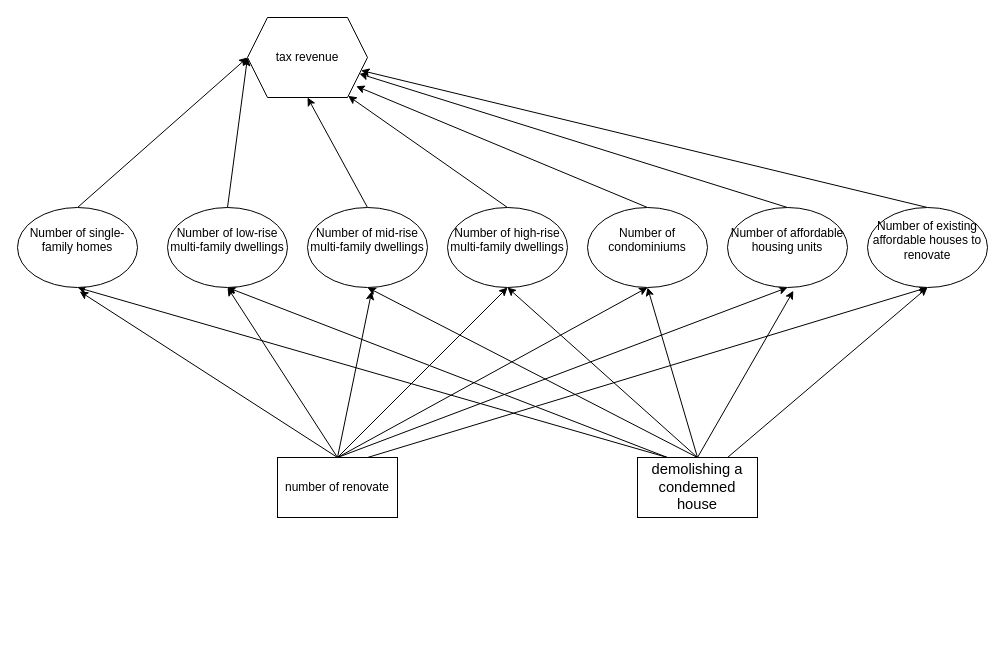
Before: influence chart.drawio in CaptainCCCP/Draw-io-cloud, a draw.io diagram. Source tidied: cells renumbered, new cells numbered last; positions are measured from the earlier drawing's top-left corner, leaving out a move shared by most shapes. Both pictures are drawn from the tidied source at 100%, with x=0, y=0 at pixel (17, 17).
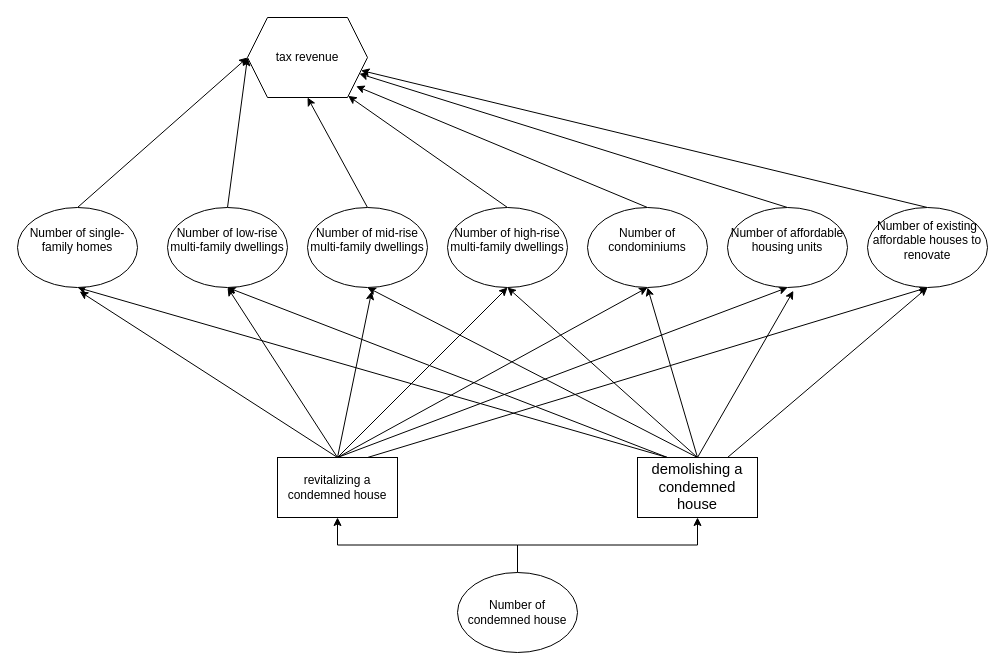
The same page after the edit.

The change refers to these unchanged cells:
```xml
<mxCell id="14" value="&lt;div&gt;&lt;span style=&quot;font-size: 11.04pt; font-family: &amp;quot;Arial Nova Light&amp;quot;;&quot;&gt;demolishing a condemned house&lt;/span&gt;&lt;/div&gt;" style="rounded=0;whiteSpace=wrap;html=1;" parent="1" vertex="1">
  <mxGeometry x="620" y="440" width="120" height="60" as="geometry" />
</mxCell>
```

The edit, as a diff of the source:
```diff
@@
-    <mxCell id="7" value="number of renovate" style="rounded=0;whiteSpace=wrap;html=1;" parent="1" vertex="1">
+    <mxCell id="7" value="revitalizing a condemned house" style="rounded=0;whiteSpace=wrap;html=1;" parent="1" vertex="1">
       <mxGeometry x="260" y="440" width="120" height="60" as="geometry" />
     </mxCell>
@@
+    <mxCell id="33" style="edgeStyle=orthogonalEdgeStyle;rounded=0;jettySize=auto;html=1;exitX=0.5;exitY=0;exitDx=0;exitDy=0;entryX=0.5;entryY=1;entryDx=0;entryDy=0;" parent="1" edge="1" source="35" target="14">
+      <mxGeometry relative="1" as="geometry" />
+    </mxCell>
+    <mxCell id="34" style="edgeStyle=orthogonalEdgeStyle;rounded=0;jettySize=auto;html=1;exitX=0.5;exitY=0;exitDx=0;exitDy=0;entryX=0.5;entryY=1;entryDx=0;entryDy=0;" parent="1" edge="1" source="35" target="7">
+      <mxGeometry relative="1" as="geometry" />
+    </mxCell>
+    <mxCell id="35" value="Number of condemned house" style="ellipse;whiteSpace=wrap;html=1;" parent="1" vertex="1">
+      <mxGeometry x="440" y="555" width="120" height="80" as="geometry" />
+    </mxCell>
```
